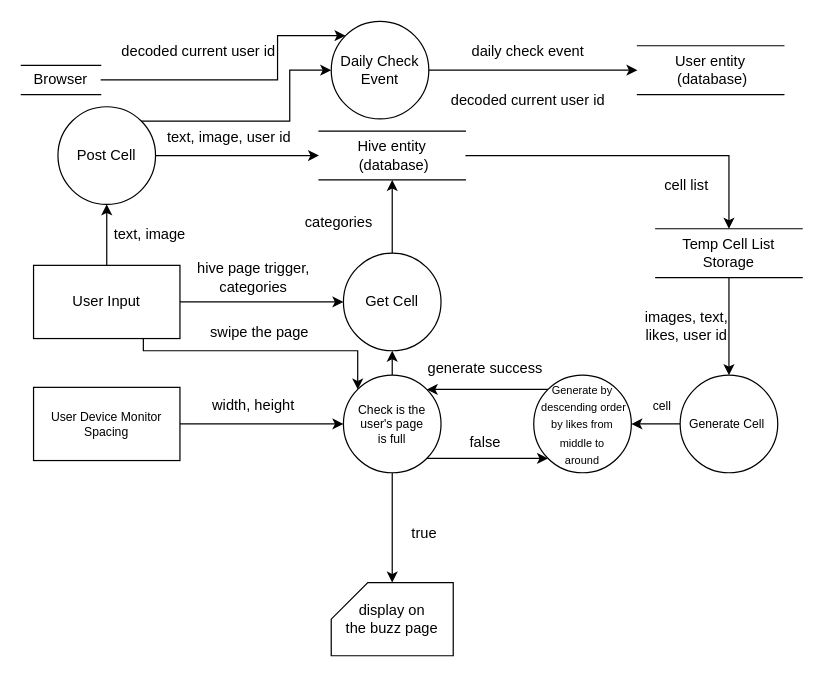
Earlier version of the draw.io diagram DFD/Hive/Hive.drawio (DonaldLamNL/buzzer). Source tidied: cells renumbered, new cells numbered last; positions are measured from the earlier drawing's top-left corner, leaving out a move shared by most shapes. Both pictures are drawn from the tidied source at 122%, with x=0, y=0 at pixel (21, 21).
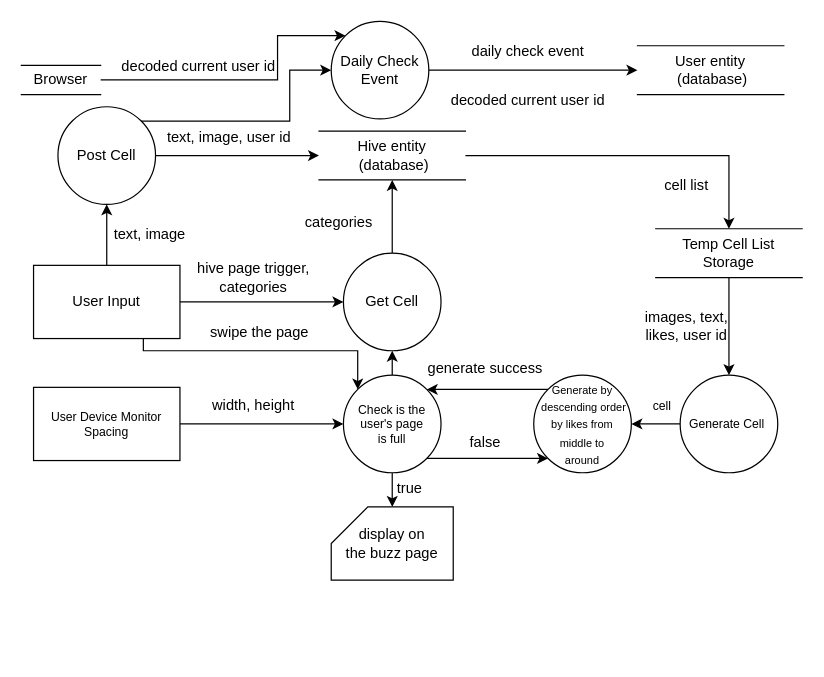
Above is the later version.

The change refers to these unchanged cells:
```xml
<mxCell id="22" value="Check is the user's page &lt;br&gt;is full" style="ellipse;whiteSpace=wrap;html=1;fontSize=10;" parent="1" vertex="1">
  <mxGeometry x="264" y="290" width="80" height="80" as="geometry" />
</mxCell>
```

Change to the diagram source:
```diff
@@
     <mxCell id="6" value="display on &lt;br&gt;the buzz page" style="shape=card;whiteSpace=wrap;html=1;" parent="1" vertex="1">
-      <mxGeometry x="254" y="460" width="100" height="60" as="geometry" />
+      <mxGeometry x="254" y="398" width="100" height="60" as="geometry" />
     </mxCell>
@@
-    <mxCell id="19" style="edgeStyle=orthogonalEdgeStyle;rounded=0;jettySize=auto;html=1;fontSize=12;" parent="1" edge="1" source="22">
-      <mxGeometry relative="1" as="geometry">
-        <mxPoint x="304" y="460" as="targetPoint" />
-      </mxGeometry>
+    <mxCell id="19" style="edgeStyle=orthogonalEdgeStyle;rounded=0;jettySize=auto;html=1;fontSize=12;entryX=0.5;entryY=0;entryDx=0;entryDy=0;entryPerimeter=0;" parent="1" edge="1" source="22" target="6">
+      <mxGeometry relative="1" as="geometry" />
     </mxCell>
@@
     <mxCell id="28" value="true" style="text;html=1;align=center;verticalAlign=middle;strokeColor=none;fillColor=none;fontSize=12;" parent="1" vertex="1">
-      <mxGeometry x="310" y="405" width="40" height="30" as="geometry" />
+      <mxGeometry x="298" y="368" width="40" height="30" as="geometry" />
     </mxCell>
@@
     <mxCell id="44" value="decoded current user id" style="text;html=1;align=center;verticalAlign=middle;strokeColor=none;fillColor=none;fontSize=12;" parent="1" vertex="1">
-      <mxGeometry x="70" y="10" width="150" height="30" as="geometry" />
+      <mxGeometry x="70" y="22" width="150" height="30" as="geometry" />
     </mxCell>
```
